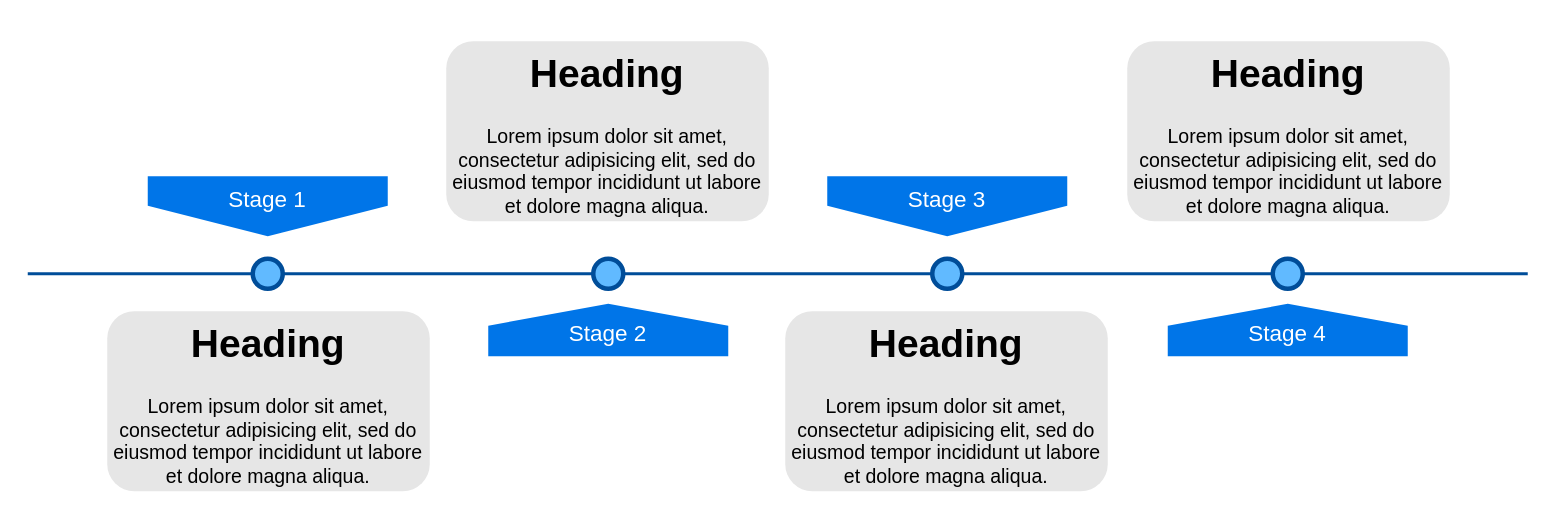
Before: Untitled Diagram.drawio in DavidCheng565/NewProject, a draw.io diagram. Source tidied: cells renumbered, new cells numbered last; positions are measured from the earlier drawing's top-left corner, leaving out a move shared by most shapes. Both pictures are drawn from the tidied source at 150%, with x=0, y=0 at pixel (27, 40).
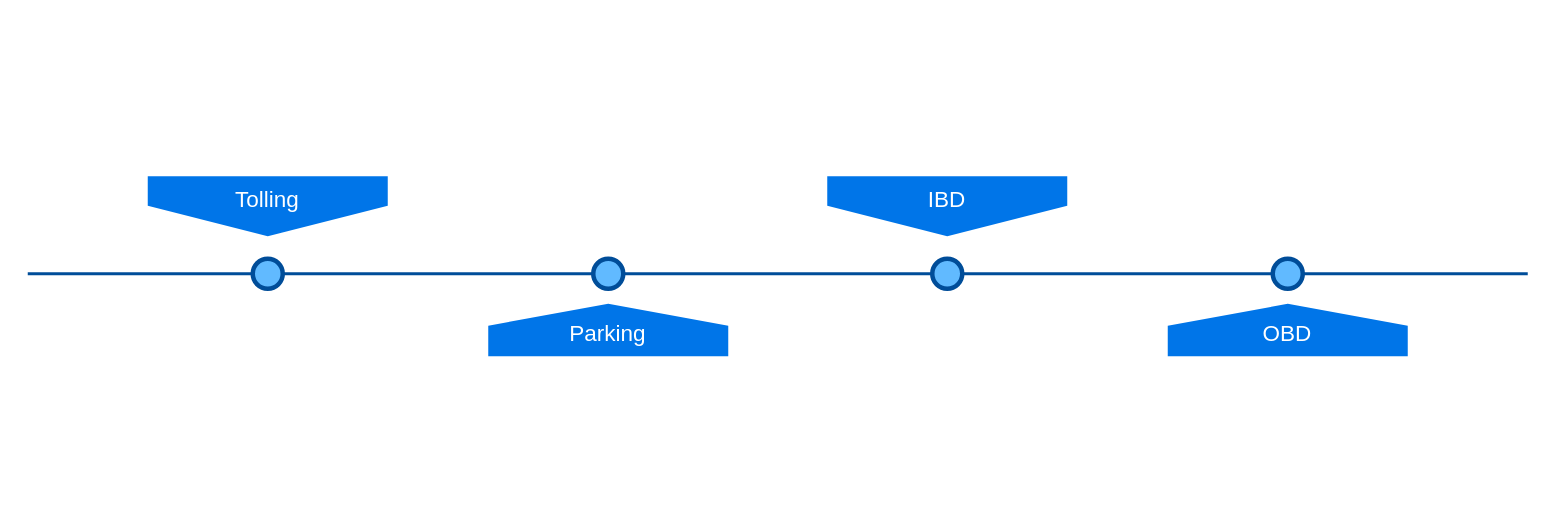
The same diagram, later.

Change to the diagram source:
```diff
@@
 <mxGraphModel>
   <root>
     <mxCell id="0" />
     <mxCell id="1" parent="0" />
     <mxCell id="2" style="line;strokeWidth=2;html=1;fillColor=none;fontSize=28;fontColor=#004D99;strokeColor=#004D99;" parent="1" vertex="1">
       <mxGeometry y="150" width="1000" height="10" as="geometry" />
     </mxCell>
-    <mxCell id="3" value="Stage 1" style="shape=offPageConnector;whiteSpace=wrap;html=1;fillColor=#0075E8;fontSize=15;fontColor=#FFFFFF;size=0.5093750000000015;verticalAlign=top;strokeColor=none;" parent="1" vertex="1">
+    <mxCell id="3" value="Tolling" style="shape=offPageConnector;whiteSpace=wrap;html=1;fillColor=#0075E8;fontSize=15;fontColor=#FFFFFF;size=0.5093750000000015;verticalAlign=top;strokeColor=none;" parent="1" vertex="1">
       <mxGeometry x="80" y="90" width="160" height="40" as="geometry" />
     </mxCell>
-    <mxCell id="4" value="&lt;span&gt;Stage 3&lt;/span&gt;" style="shape=offPageConnector;whiteSpace=wrap;html=1;fillColor=#0075E8;fontSize=15;fontColor=#FFFFFF;size=0.5093750000000015;verticalAlign=top;strokeColor=none;" parent="1" vertex="1">
+    <mxCell id="4" value="&lt;span&gt;IBD&lt;/span&gt;" style="shape=offPageConnector;whiteSpace=wrap;html=1;fillColor=#0075E8;fontSize=15;fontColor=#FFFFFF;size=0.5093750000000015;verticalAlign=top;strokeColor=none;" parent="1" vertex="1">
       <mxGeometry x="533" y="90" width="160" height="40" as="geometry" />
     </mxCell>
-    <mxCell id="5" value="&lt;span&gt;Stage 2&lt;/span&gt;" style="shape=offPageConnector;whiteSpace=wrap;html=1;fillColor=#0075E8;fontSize=15;fontColor=#FFFFFF;size=0.4178571428571445;flipV=1;verticalAlign=bottom;strokeColor=none;spacingBottom=4;" parent="1" vertex="1">
+    <mxCell id="5" value="Parking" style="shape=offPageConnector;whiteSpace=wrap;html=1;fillColor=#0075E8;fontSize=15;fontColor=#FFFFFF;size=0.4178571428571445;flipV=1;verticalAlign=bottom;strokeColor=none;spacingBottom=4;" parent="1" vertex="1">
       <mxGeometry x="307" y="175" width="160" height="35" as="geometry" />
     </mxCell>
-    <mxCell id="6" value="&lt;span&gt;Stage 4&lt;/span&gt;" style="shape=offPageConnector;whiteSpace=wrap;html=1;fillColor=#0075E8;fontSize=15;fontColor=#FFFFFF;size=0.4178571428571445;flipV=1;verticalAlign=bottom;strokeColor=none;spacingBottom=4;" parent="1" vertex="1">
+    <mxCell id="6" value="&lt;span&gt;OBD&lt;/span&gt;" style="shape=offPageConnector;whiteSpace=wrap;html=1;fillColor=#0075E8;fontSize=15;fontColor=#FFFFFF;size=0.4178571428571445;flipV=1;verticalAlign=bottom;strokeColor=none;spacingBottom=4;" parent="1" vertex="1">
       <mxGeometry x="760" y="175" width="160" height="35" as="geometry" />
     </mxCell>
     <mxCell id="7" style="ellipse;whiteSpace=wrap;html=1;fillColor=#61BAFF;fontSize=28;fontColor=#004D99;strokeWidth=3;strokeColor=#004D99;" parent="1" vertex="1">
       <mxGeometry x="150" y="145" width="20" height="20" as="geometry" />
     </mxCell>
     <mxCell id="8" style="ellipse;whiteSpace=wrap;html=1;fillColor=#61BAFF;fontSize=28;fontColor=#004D99;strokeWidth=3;strokeColor=#004D99;" parent="1" vertex="1">
       <mxGeometry x="377" y="145" width="20" height="20" as="geometry" />
     </mxCell>
     <mxCell id="9" style="ellipse;whiteSpace=wrap;html=1;fillColor=#61BAFF;fontSize=28;fontColor=#004D99;strokeWidth=3;strokeColor=#004D99;" parent="1" vertex="1">
       <mxGeometry x="603" y="145" width="20" height="20" as="geometry" />
     </mxCell>
     <mxCell id="10" style="ellipse;whiteSpace=wrap;html=1;fillColor=#61BAFF;fontSize=28;fontColor=#004D99;strokeWidth=3;strokeColor=#004D99;" parent="1" vertex="1">
       <mxGeometry x="830" y="145" width="20" height="20" as="geometry" />
     </mxCell>
-    <mxCell id="11" value="&lt;h1&gt;Heading&lt;/h1&gt;&lt;p&gt;Lorem ipsum dolor sit amet, consectetur adipisicing elit, sed do eiusmod tempor incididunt ut labore et dolore magna aliqua.&lt;/p&gt;" style="text;html=1;spacing=5;spacingTop=-20;whiteSpace=wrap;overflow=hidden;strokeColor=none;strokeWidth=3;fillColor=#E6E6E6;fontSize=13;fontColor=#000000;align=center;rounded=1;" parent="1" vertex="1">
-      <mxGeometry x="53" y="180" width="215" height="120" as="geometry" />
-    </mxCell>
-    <mxCell id="12" value="&lt;h1&gt;Heading&lt;/h1&gt;&lt;p&gt;Lorem ipsum dolor sit amet, consectetur adipisicing elit, sed do eiusmod tempor incididunt ut labore et dolore magna aliqua.&lt;/p&gt;" style="text;html=1;spacing=5;spacingTop=-20;whiteSpace=wrap;overflow=hidden;strokeColor=none;strokeWidth=3;fillColor=#E6E6E6;fontSize=13;fontColor=#000000;align=center;rounded=1;" parent="1" vertex="1">
-      <mxGeometry x="279" width="215" height="120" as="geometry" />
-    </mxCell>
-    <mxCell id="13" value="&lt;h1&gt;Heading&lt;/h1&gt;&lt;p&gt;Lorem ipsum dolor sit amet, consectetur adipisicing elit, sed do eiusmod tempor incididunt ut labore et dolore magna aliqua.&lt;/p&gt;" style="text;html=1;spacing=5;spacingTop=-20;whiteSpace=wrap;overflow=hidden;strokeColor=none;strokeWidth=3;fillColor=#E6E6E6;fontSize=13;fontColor=#000000;align=center;rounded=1;" parent="1" vertex="1">
-      <mxGeometry x="505" y="180" width="215" height="120" as="geometry" />
-    </mxCell>
-    <mxCell id="14" value="&lt;h1&gt;Heading&lt;/h1&gt;&lt;p&gt;Lorem ipsum dolor sit amet, consectetur adipisicing elit, sed do eiusmod tempor incididunt ut labore et dolore magna aliqua.&lt;/p&gt;" style="text;html=1;spacing=5;spacingTop=-20;whiteSpace=wrap;overflow=hidden;strokeColor=none;strokeWidth=3;fillColor=#E6E6E6;fontSize=13;fontColor=#000000;align=center;rounded=1;" parent="1" vertex="1">
-      <mxGeometry x="733" width="215" height="120" as="geometry" />
-    </mxCell>
   </root>
 </mxGraphModel>
```
